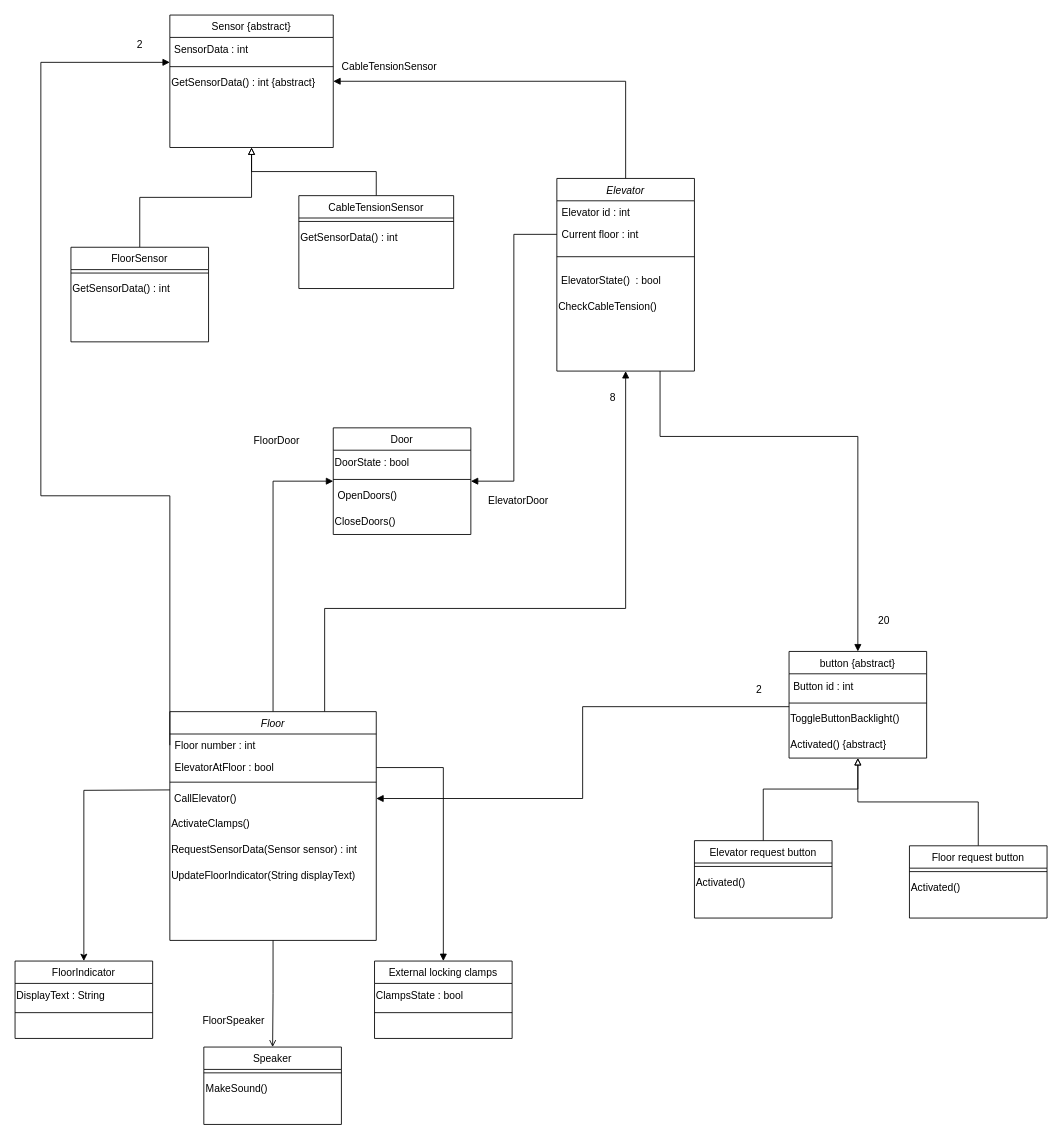
Earlier version of the draw.io diagram Sofware Design/Elevator Challenge/Klassendiagram elevator.drawio (TiemonS/Tiemon-Steeghs-Semester-3-Repository). Source tidied: cells renumbered, new cells numbered last; positions are measured from the earlier drawing's top-left corner, leaving out a move shared by most shapes. Both pictures are drawn from the tidied source at 86%, with x=0, y=0 at pixel (15, 15).
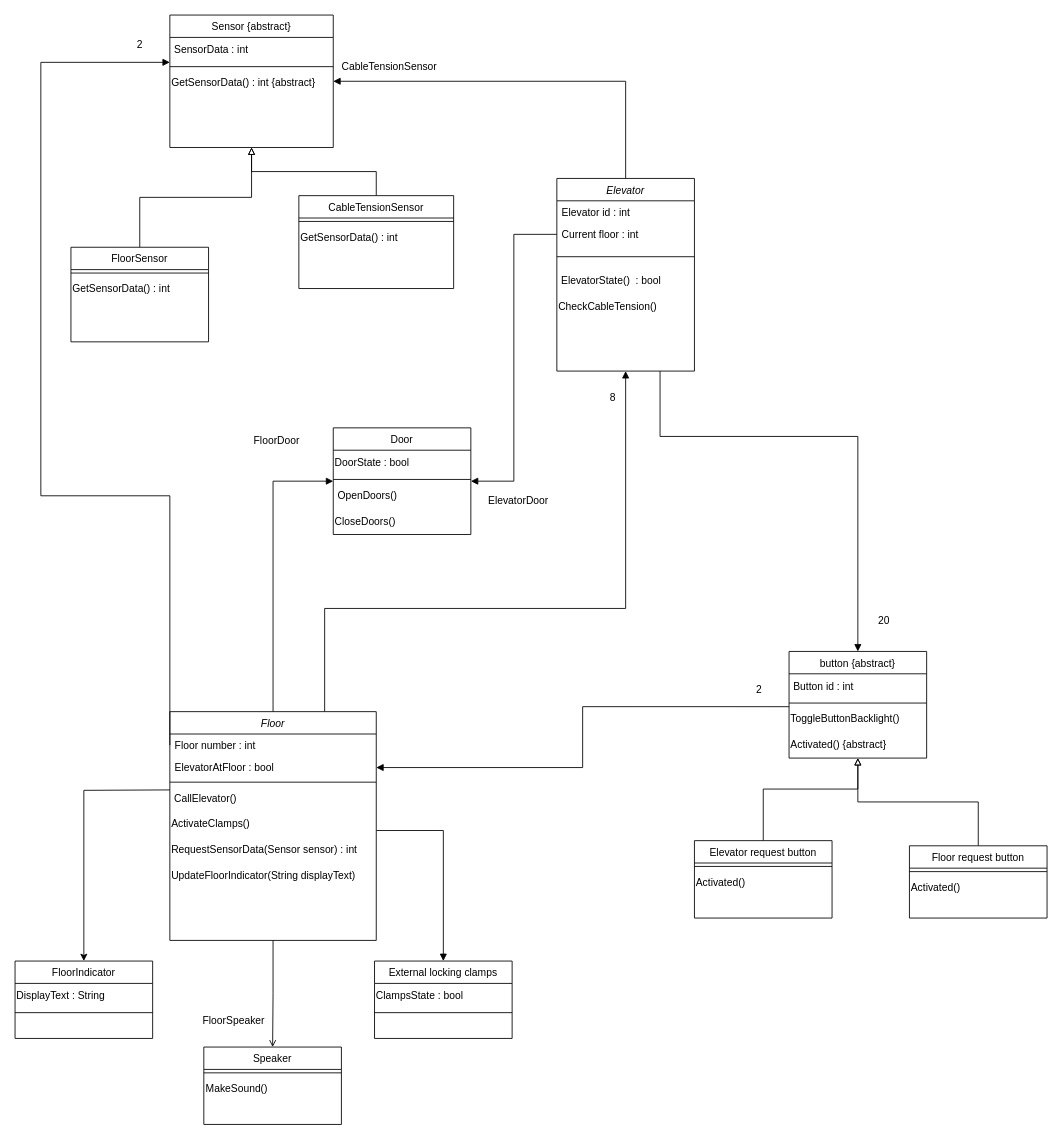
After the change.

The change refers to these unchanged cells:
```xml
<mxCell id="28" value="ElevatorAtFloor : bool" style="text;align=left;verticalAlign=top;spacingLeft=4;spacingRight=4;overflow=hidden;points=[[0,0.5],[1,0.5]];portConstraint=eastwest;" parent="26" vertex="1">
  <mxGeometry y="52" width="240" height="26" as="geometry" />
</mxCell>
<mxCell id="30" value="&amp;nbsp;CallElevator()" style="text;html=1;strokeColor=none;fillColor=none;align=left;verticalAlign=middle;whiteSpace=wrap;rounded=0;" parent="26" vertex="1">
  <mxGeometry y="86" width="240" height="30" as="geometry" />
</mxCell>
<mxCell id="31" value="ActivateClamps()" style="text;html=1;align=left;verticalAlign=middle;points=[];strokeColor=none;fillColor=none;" parent="26" vertex="1">
  <mxGeometry y="116" width="240" height="30" as="geometry" />
</mxCell>
<mxCell id="48" value="External locking clamps" style="swimlane;fontStyle=0;align=center;verticalAlign=top;horizontal=1;startSize=26;rounded=0;shadow=0;strokeWidth=1;" parent="1" vertex="1">
  <mxGeometry x="418" y="1100" width="160" height="90" as="geometry" />
</mxCell>
<mxCell id="53" value="&amp;nbsp;Button id : int" style="text;html=1;align=left;verticalAlign=middle;points=[];strokeColor=none;fillColor=none;" parent="52" vertex="1">
  <mxGeometry y="26" width="160" height="30" as="geometry" />
</mxCell>
```

Change to the diagram source:
```diff
@@
-    <mxCell id="63" style="edgeStyle=orthogonalEdgeStyle;rounded=0;jettySize=auto;html=1;exitX=1;exitY=0.5;exitDx=0;exitDy=0;entryX=0.5;entryY=0;entryDx=0;entryDy=0;endArrow=block;endFill=1;" parent="1" edge="1" source="28" target="48">
+    <mxCell id="63" style="edgeStyle=orthogonalEdgeStyle;rounded=0;jettySize=auto;html=1;exitX=1.001;exitY=0.741;exitDx=0;exitDy=0;entryX=0.5;entryY=0;entryDx=0;entryDy=0;endArrow=block;endFill=1;exitPerimeter=0;" parent="1" edge="1" source="31" target="48">
       <mxGeometry relative="1" as="geometry" />
     </mxCell>
@@
-    <mxCell id="71" style="edgeStyle=orthogonalEdgeStyle;rounded=0;jettySize=auto;html=1;exitX=0.001;exitY=1.274;exitDx=0;exitDy=0;entryX=1;entryY=0.5;entryDx=0;entryDy=0;endArrow=block;endFill=1;exitPerimeter=0;" parent="1" edge="1" source="53" target="30">
+    <mxCell id="71" style="edgeStyle=orthogonalEdgeStyle;rounded=0;jettySize=auto;html=1;exitX=0.001;exitY=1.274;exitDx=0;exitDy=0;entryX=1;entryY=0.5;entryDx=0;entryDy=0;endArrow=block;endFill=1;exitPerimeter=0;" parent="1" edge="1" source="53" target="28">
       <mxGeometry relative="1" as="geometry" />
     </mxCell>
```
